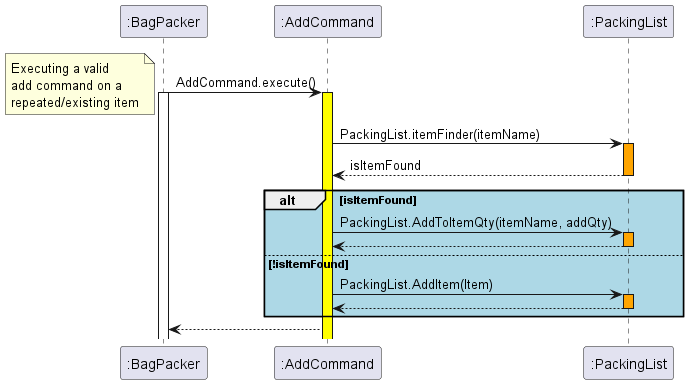
Before: docs/umlDiagrams/AddExistingItemDiagram.png, a diagram exported from PlantUML (nus-cs2113-AY2223S2/tp). Its diagram source:
```plantuml
@startuml
":BagPacker" -> ":AddCommand": AddCommand.execute()
activate ":BagPacker"
note left
Executing a valid
add command on a
repeated/existing item
end note
activate ":AddCommand" #yellow
":AddCommand" -> ":PackingList": PackingList.itemFinder(itemName)
activate ":PackingList" #orange
":AddCommand" <-- ":PackingList": isItemFound
deactivate ":PackingList"

Alt #lightblue isItemFound
    ":AddCommand" -> ":PackingList": PackingList.AddToItemQty(itemName, addQty)
    activate ":PackingList" #orange
    ":AddCommand" <-- ":PackingList":
    deactivate ":PackingList"


else !isItemFound
    ":AddCommand" -> ":PackingList": PackingList.AddItem(Item)
        activate ":PackingList" #orange
        ":AddCommand" <-- ":PackingList":
        deactivate ":PackingList"
end
":BagPacker" <-- ":AddCommand"

@enduml
```
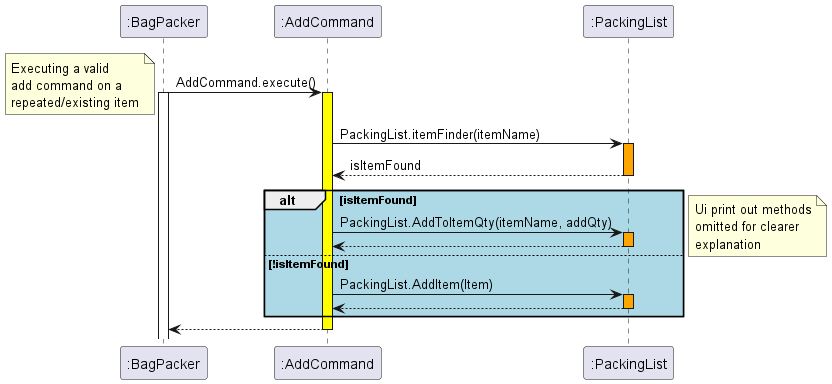
Above is the later version.

Commit message:
Add plantuml diagram for overarching app

Change to the diagram source:
```diff
@@ -12,12 +12,12 @@
 ":AddCommand" <-- ":PackingList": isItemFound
 deactivate ":PackingList"
 
+
 Alt #lightblue isItemFound
     ":AddCommand" -> ":PackingList": PackingList.AddToItemQty(itemName, addQty)
     activate ":PackingList" #orange
     ":AddCommand" <-- ":PackingList":
     deactivate ":PackingList"
-
 
 else !isItemFound
     ":AddCommand" -> ":PackingList": PackingList.AddItem(Item)
@@ -25,6 +25,12 @@
         ":AddCommand" <-- ":PackingList":
         deactivate ":PackingList"
 end
+note right
+Ui print out methods
+omitted for clearer
+explanation
+end note
 ":BagPacker" <-- ":AddCommand"
+deactivate ":AddCommand"
 
 @enduml
```
